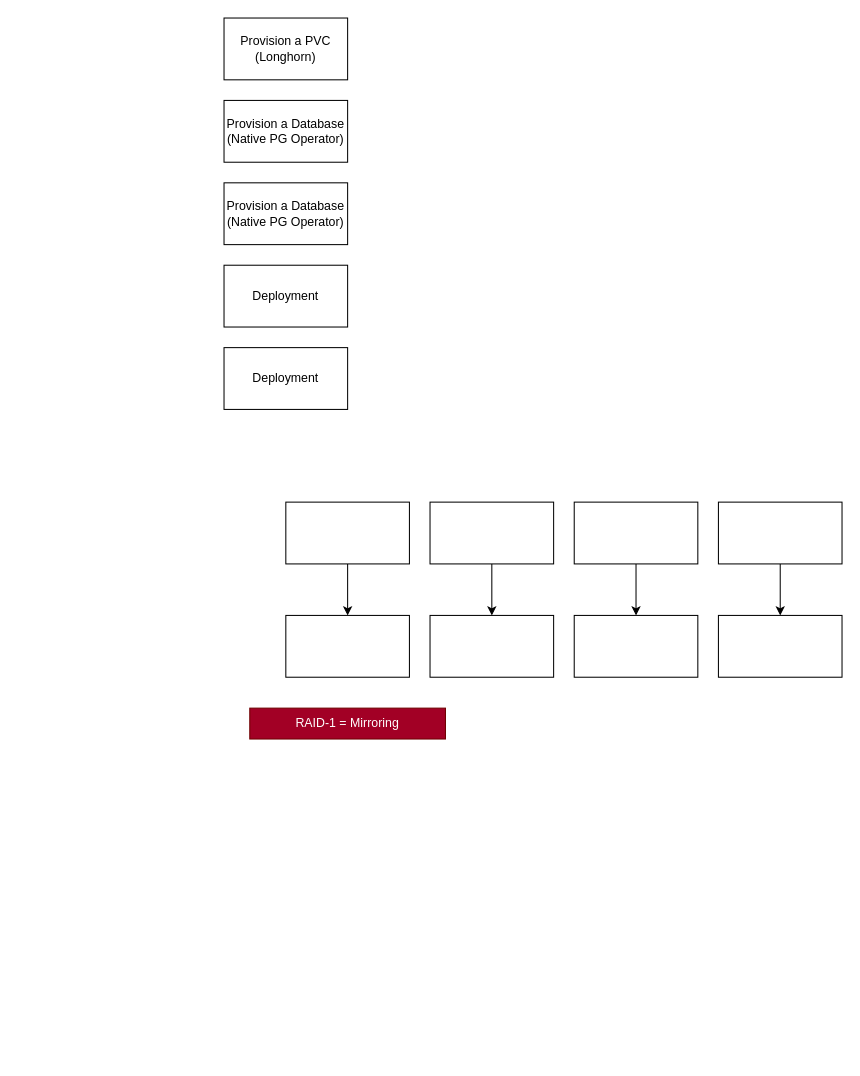
Earlier version of the draw.io diagram exercises/full-stack-example/.drawio (Programmer-Network/Programmer-Network-Kubernetes). Source tidied: cells renumbered, new cells numbered last; positions are measured from the earlier drawing's top-left corner, leaving out a move shared by most shapes. Both pictures are drawn from the tidied source at 103%, with x=0, y=0 at pixel (224, 18).
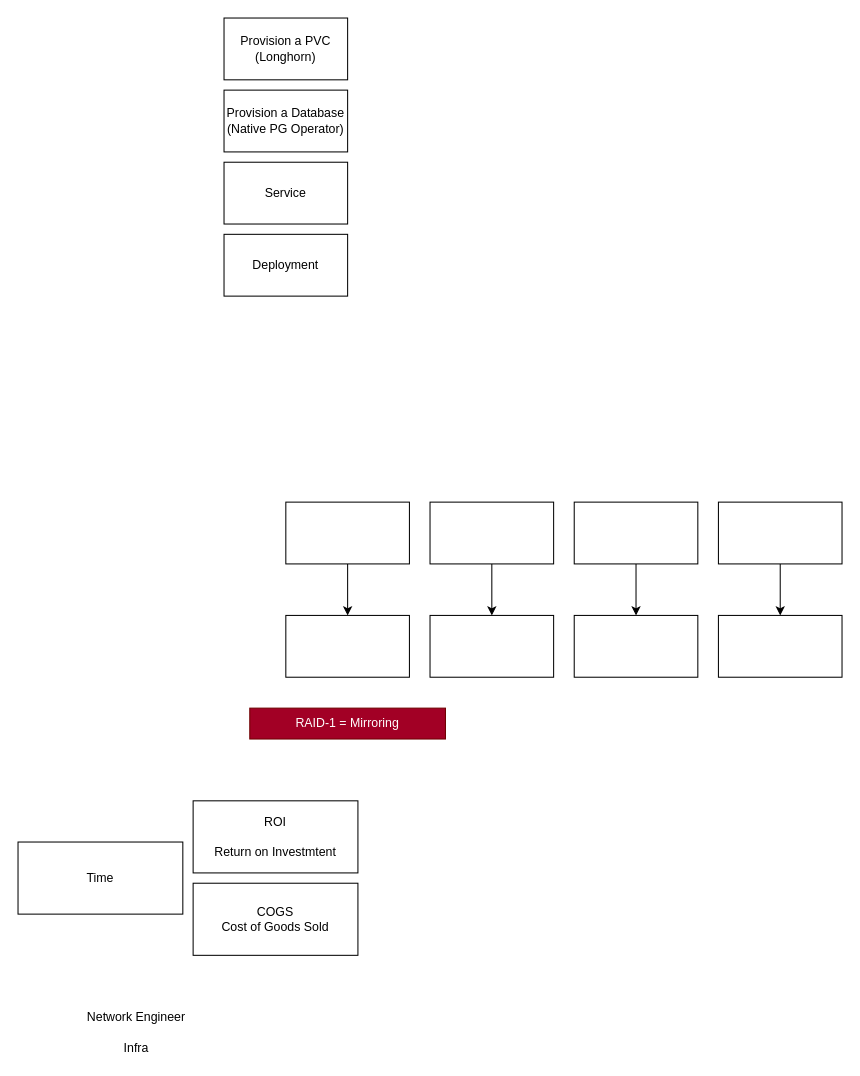
Above is the later version.

Change to the diagram source:
```diff
@@
-    <mxCell id="3" value="Provision a Database&lt;br&gt;(Native PG Operator)" style="rounded=0;whiteSpace=wrap;html=1;" parent="1" vertex="1">
-      <mxGeometry y="80" width="120" height="60" as="geometry" />
-    </mxCell>
     <mxCell id="4" value="Provision a Database&lt;br&gt;(Native PG Operator)" style="rounded=0;whiteSpace=wrap;html=1;" parent="1" vertex="1">
-      <mxGeometry y="160" width="120" height="60" as="geometry" />
+      <mxGeometry y="70" width="120" height="60" as="geometry" />
     </mxCell>
-    <mxCell id="5" value="Deployment" style="rounded=0;whiteSpace=wrap;html=1;" parent="1" vertex="1">
-      <mxGeometry y="240" width="120" height="60" as="geometry" />
+    <mxCell id="5" value="Service" style="rounded=0;whiteSpace=wrap;html=1;" parent="1" vertex="1">
+      <mxGeometry y="140" width="120" height="60" as="geometry" />
     </mxCell>
-    <mxCell id="6" value="Deployment" style="rounded=0;whiteSpace=wrap;html=1;" parent="1" vertex="1">
-      <mxGeometry y="320" width="120" height="60" as="geometry" />
-    </mxCell>
@@
+    <mxCell id="20" value="Time" style="rounded=0;whiteSpace=wrap;html=1;" parent="1" vertex="1">
+      <mxGeometry x="-200" y="800" width="160" height="70" as="geometry" />
+    </mxCell>
+    <mxCell id="21" value="COGS&lt;br&gt;Cost of Goods Sold" style="rounded=0;whiteSpace=wrap;html=1;" parent="1" vertex="1">
+      <mxGeometry x="-30" y="840" width="160" height="70" as="geometry" />
+    </mxCell>
+    <mxCell id="22" value="ROI&lt;br&gt;&lt;br&gt;Return on Investmtent" style="rounded=0;whiteSpace=wrap;html=1;" parent="1" vertex="1">
+      <mxGeometry x="-30" y="760" width="160" height="70" as="geometry" />
+    </mxCell>
+    <mxCell id="23" value="Network Engineer" style="text;html=1;strokeColor=none;fillColor=none;align=center;verticalAlign=middle;whiteSpace=wrap;rounded=0;" parent="1" vertex="1">
+      <mxGeometry x="-195" y="960" width="220" height="20" as="geometry" />
+    </mxCell>
+    <mxCell id="24" value="Infra" style="text;html=1;strokeColor=none;fillColor=none;align=center;verticalAlign=middle;whiteSpace=wrap;rounded=0;" parent="1" vertex="1">
+      <mxGeometry x="-195" y="990" width="220" height="20" as="geometry" />
+    </mxCell>
+    <mxCell id="6" value="Deployment" style="rounded=0;whiteSpace=wrap;html=1;" parent="1" vertex="1">
+      <mxGeometry y="210" width="120" height="60" as="geometry" />
+    </mxCell>
```
